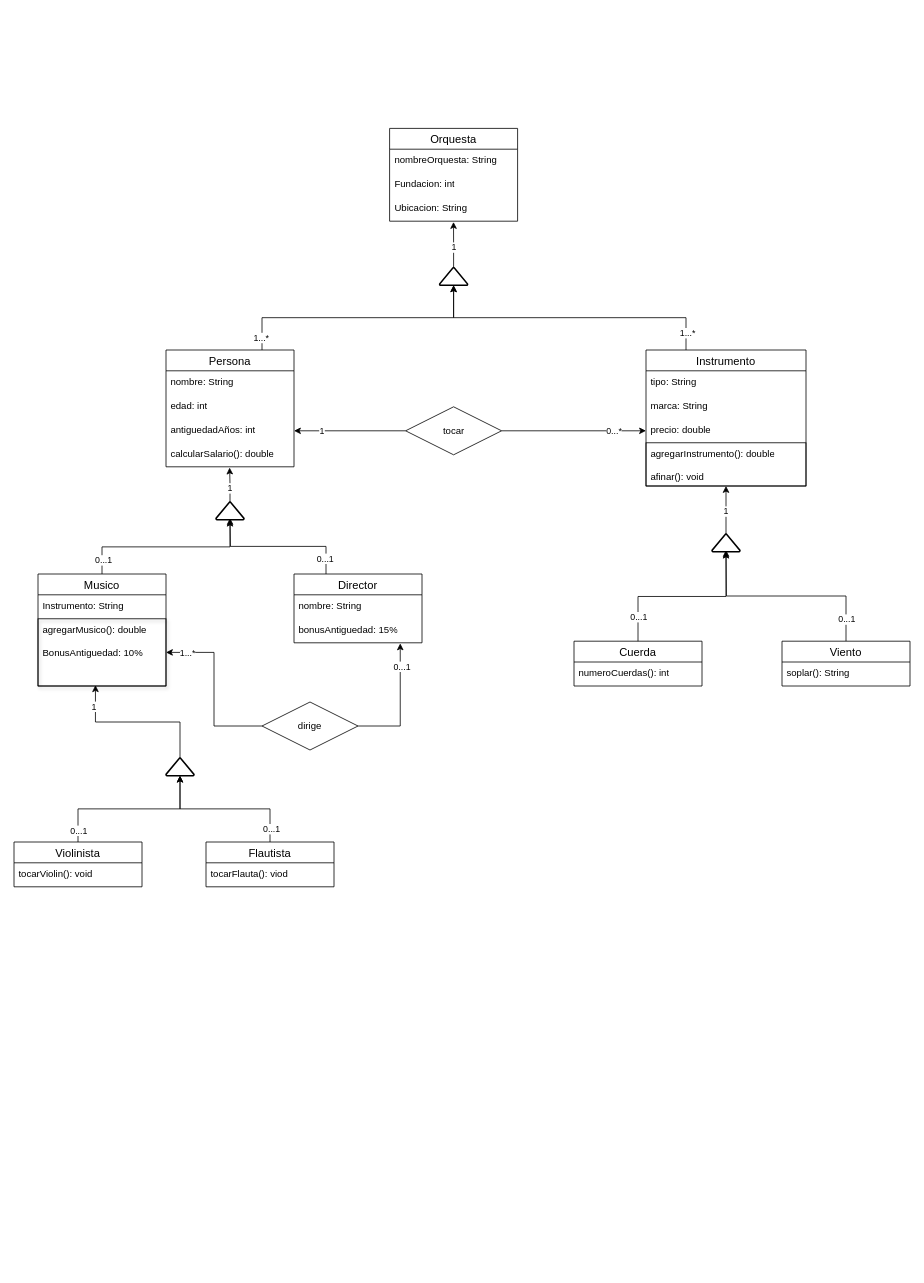
The draw.io diagram src/MP03_Marina/UF_6/UML_Real/Diagrama sin título.drawio in Fernando7909/ProgramacionJava, before the edit. Source tidied: cells renumbered, new cells numbered last; positions are measured from the earlier drawing's top-left corner, leaving out a move shared by most shapes. Both pictures are drawn from the tidied source at 80%, with x=0, y=0 at pixel (14, 128).
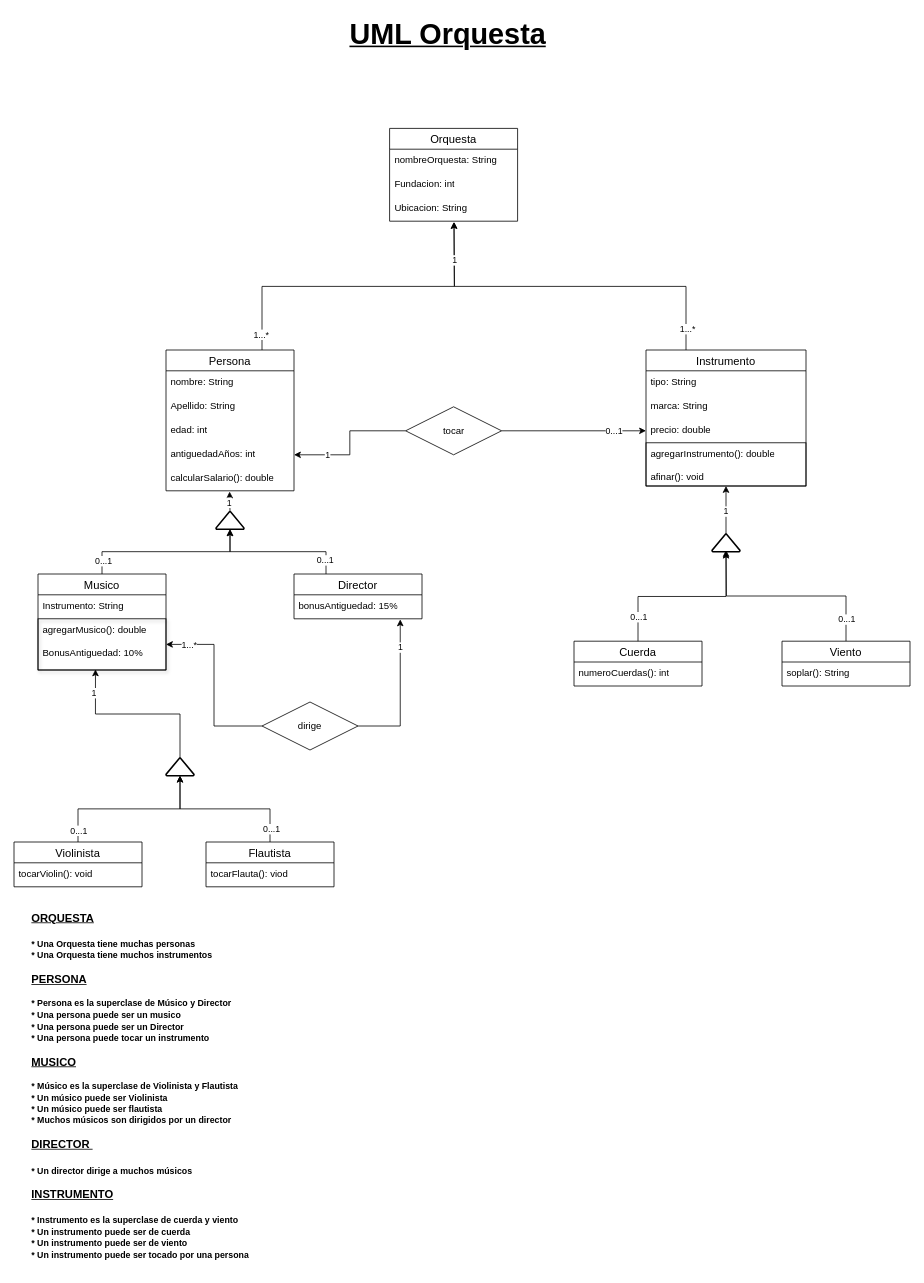
The same page after the edit.

Unchanged cells that the change refers to:
```xml
<mxCell id="9" value="Instrumento" style="swimlane;fontStyle=0;horizontal=1;startSize=26;align=center;fontSize=14;" parent="1" vertex="1">
  <mxGeometry x="790" y="277" width="200" height="170" as="geometry" />
</mxCell>
<mxCell id="19" style="edgeStyle=orthogonalEdgeStyle;rounded=0;jettySize=auto;html=1;exitX=1;exitY=0.5;exitDx=0;exitDy=0;entryX=0;entryY=0.5;entryDx=0;entryDy=0;" parent="1" edge="1" source="23" target="12">
  <mxGeometry relative="1" as="geometry" />
</mxCell>
<mxCell id="66" style="edgeStyle=orthogonalEdgeStyle;rounded=0;jettySize=auto;html=1;exitX=1;exitY=0.5;exitDx=0;exitDy=0;entryX=0.83;entryY=1.025;entryDx=0;entryDy=0;entryPerimeter=0;" parent="1" edge="1" source="26" target="18">
  <mxGeometry relative="1" as="geometry" />
</mxCell>
```

Change to the diagram source:
```diff
@@
     <mxCell id="6" value="Musico" style="swimlane;fontStyle=0;horizontal=1;startSize=26;align=center;fontSize=14;" parent="1" vertex="1">
-      <mxGeometry x="30" y="557" width="160" height="140" as="geometry" />
+      <mxGeometry x="30" y="557" width="160" height="120" as="geometry" />
     </mxCell>
@@
     <mxCell id="8" value="&lt;div&gt;agregarMusico(): double&lt;/div&gt;&lt;div&gt;&lt;br&gt;&lt;/div&gt;&lt;div&gt;BonusAntiguedad: 10%&lt;/div&gt;" style="text;strokeColor=#000000;fillColor=none;spacingLeft=4;spacingRight=4;overflow=hidden;points=[[0,0.5],[1,0.5]];portConstraint=eastwest;fontSize=12;whiteSpace=wrap;html=1;shadow=1;" parent="6" vertex="1">
-      <mxGeometry y="56" width="160" height="84" as="geometry" />
+      <mxGeometry y="56" width="160" height="64" as="geometry" />
     </mxCell>
@@
-    <mxCell id="14" style="edgeStyle=orthogonalEdgeStyle;rounded=0;jettySize=auto;html=1;exitX=0.25;exitY=0;exitDx=0;exitDy=0;" parent="1" edge="1" source="16">
-      <mxGeometry relative="1" as="geometry">
-        <mxPoint x="270" y="487" as="targetPoint" />
-      </mxGeometry>
+    <mxCell id="14" style="edgeStyle=orthogonalEdgeStyle;rounded=0;jettySize=auto;html=1;exitX=0.25;exitY=0;exitDx=0;exitDy=0;entryX=0.5;entryY=1;entryDx=0;entryDy=0;entryPerimeter=0;" parent="1" edge="1" source="16" target="57">
+      <mxGeometry relative="1" as="geometry" />
     </mxCell>
@@
     <mxCell id="16" value="Director" style="swimlane;fontStyle=0;horizontal=1;startSize=26;align=center;fontSize=14;" parent="1" vertex="1">
-      <mxGeometry x="350" y="557" width="160" height="86" as="geometry" />
+      <mxGeometry x="350" y="557" width="160" height="56" as="geometry" />
     </mxCell>
-    <mxCell id="17" value="nombre: String" style="text;strokeColor=none;fillColor=none;spacingLeft=4;spacingRight=4;overflow=hidden;fontSize=12;whiteSpace=wrap;html=1;" parent="16" vertex="1">
-      <mxGeometry y="26" width="160" height="30" as="geometry" />
-    </mxCell>
     <mxCell id="18" value="bonusAntiguedad: 15%" style="text;strokeColor=none;fillColor=none;spacingLeft=4;spacingRight=4;overflow=hidden;points=[[0,0.5],[1,0.5]];portConstraint=eastwest;fontSize=12;whiteSpace=wrap;html=1;" parent="16" vertex="1">
-      <mxGeometry y="56" width="160" height="30" as="geometry" />
+      <mxGeometry y="26" width="160" height="30" as="geometry" />
     </mxCell>
@@
-    <mxCell id="20" value="0...*" style="edgeLabel;html=1;align=center;verticalAlign=middle;" parent="19" vertex="1">
+    <mxCell id="20" value="0...1" style="edgeLabel;html=1;align=center;verticalAlign=middle;" parent="19" vertex="1">
       <mxGeometry x="0.55" relative="1" as="geometry" />
     </mxCell>
@@
-    <mxCell id="27" style="edgeStyle=orthogonalEdgeStyle;rounded=0;jettySize=auto;html=1;exitX=0.5;exitY=0;exitDx=0;exitDy=0;exitPerimeter=0;" parent="1" edge="1" source="29">
-      <mxGeometry relative="1" as="geometry">
-        <mxPoint x="549.4" y="117" as="targetPoint" />
-      </mxGeometry>
-    </mxCell>
-    <mxCell id="28" value="1" style="edgeLabel;html=1;align=center;verticalAlign=middle;" parent="27" vertex="1">
-      <mxGeometry x="-0.06" relative="1" as="geometry">
-        <mxPoint y="1" as="offset" />
-      </mxGeometry>
-    </mxCell>
-    <mxCell id="29" style="strokeWidth=2;html=1;shape=mxgraph.flowchart.extract_or_measurement;whiteSpace=wrap;" parent="1" vertex="1">
-      <mxGeometry x="532" y="174" width="35" height="22.1" as="geometry" />
-    </mxCell>
@@
     <mxCell id="52" value="Persona" style="swimlane;fontStyle=0;horizontal=1;startSize=26;align=center;fontSize=14;" parent="1" vertex="1">
-      <mxGeometry x="190" y="277" width="160" height="146" as="geometry" />
+      <mxGeometry x="190" y="277" width="160" height="176" as="geometry" />
     </mxCell>
@@
+    <mxCell id="68" value="Apellido: String" style="text;strokeColor=none;fillColor=none;spacingLeft=4;spacingRight=4;overflow=hidden;fontSize=12;whiteSpace=wrap;html=1;" parent="52" vertex="1">
+      <mxGeometry y="56" width="160" height="30" as="geometry" />
+    </mxCell>
     <mxCell id="54" value="edad: int" style="text;strokeColor=none;fillColor=none;spacingLeft=4;spacingRight=4;overflow=hidden;fontSize=12;whiteSpace=wrap;html=1;" parent="52" vertex="1">
-      <mxGeometry y="56" width="160" height="30" as="geometry" />
+      <mxGeometry y="86" width="160" height="30" as="geometry" />
     </mxCell>
     <mxCell id="55" value="antiguedadAños: int" style="text;strokeColor=none;fillColor=none;spacingLeft=4;spacingRight=4;overflow=hidden;points=[[0,0.5],[1,0.5]];portConstraint=eastwest;fontSize=12;whiteSpace=wrap;html=1;" parent="52" vertex="1">
-      <mxGeometry y="86" width="160" height="30" as="geometry" />
+      <mxGeometry y="116" width="160" height="30" as="geometry" />
     </mxCell>
     <mxCell id="56" value="calcularSalario(): double" style="text;strokeColor=none;fillColor=none;spacingLeft=4;spacingRight=4;overflow=hidden;points=[[0,0.5],[1,0.5]];portConstraint=eastwest;fontSize=12;whiteSpace=wrap;html=1;" parent="52" vertex="1">
-      <mxGeometry y="116" width="160" height="30" as="geometry" />
+      <mxGeometry y="146" width="160" height="30" as="geometry" />
     </mxCell>
     <mxCell id="57" style="strokeWidth=2;html=1;shape=mxgraph.flowchart.extract_or_measurement;whiteSpace=wrap;" parent="1" vertex="1">
-      <mxGeometry x="252.5" y="467" width="35" height="22.1" as="geometry" />
+      <mxGeometry x="252.5" y="479" width="35" height="22.1" as="geometry" />
     </mxCell>
@@
-    <mxCell id="62" style="edgeStyle=orthogonalEdgeStyle;rounded=0;jettySize=auto;html=1;exitX=0.75;exitY=0;exitDx=0;exitDy=0;entryX=0.5;entryY=1;entryDx=0;entryDy=0;entryPerimeter=0;" parent="1" edge="1" source="52" target="29">
-      <mxGeometry relative="1" as="geometry" />
+    <mxCell id="62" style="edgeStyle=orthogonalEdgeStyle;rounded=0;jettySize=auto;html=1;exitX=0.75;exitY=0;exitDx=0;exitDy=0;" parent="1" edge="1" source="52">
+      <mxGeometry relative="1" as="geometry">
+        <mxPoint x="550" y="117" as="targetPoint" />
+      </mxGeometry>
     </mxCell>
@@
-    <mxCell id="64" style="edgeStyle=orthogonalEdgeStyle;rounded=0;jettySize=auto;html=1;exitX=0.25;exitY=0;exitDx=0;exitDy=0;entryX=0.5;entryY=1;entryDx=0;entryDy=0;entryPerimeter=0;" parent="1" edge="1" source="9" target="29">
-      <mxGeometry relative="1" as="geometry" />
+    <mxCell id="64" style="edgeStyle=orthogonalEdgeStyle;rounded=0;jettySize=auto;html=1;exitX=0.25;exitY=0;exitDx=0;exitDy=0;" parent="1" edge="1" source="9">
+      <mxGeometry relative="1" as="geometry">
+        <mxPoint x="550" y="117" as="targetPoint" />
+      </mxGeometry>
     </mxCell>
@@
+    <mxCell id="69" value="1" style="edgeLabel;html=1;align=center;verticalAlign=middle;" parent="64" vertex="1">
+      <mxGeometry x="0.79" y="-2" relative="1" as="geometry">
+        <mxPoint x="-2" as="offset" />
+      </mxGeometry>
+    </mxCell>
@@
-    <mxCell id="67" value="0...1" style="edgeLabel;html=1;align=center;verticalAlign=middle;" parent="66" vertex="1">
-      <mxGeometry x="0.61" y="-2" relative="1" as="geometry">
-        <mxPoint y="-1" as="offset" />
-      </mxGeometry>
-    </mxCell>
+    <mxCell id="70" value="1" style="edgeLabel;html=1;align=center;verticalAlign=middle;" parent="66" vertex="1">
+      <mxGeometry x="0.62" relative="1" as="geometry" />
+    </mxCell>
+    <mxCell id="71" value="&lt;u&gt;&lt;b&gt;&lt;font style=&quot;font-size: 14px;&quot;&gt;ORQUESTA&lt;/font&gt;&lt;/b&gt;&lt;/u&gt;&lt;div&gt;&lt;span style=&quot;font-size: 14px;&quot;&gt;&lt;b&gt;&lt;u&gt;&lt;br&gt;&lt;/u&gt;&lt;/b&gt;&lt;/span&gt;&lt;div&gt;&lt;b style=&quot;&quot;&gt;&lt;font style=&quot;font-size: 11px;&quot;&gt;* Una Orquesta tiene muchas personas&lt;/font&gt;&lt;/b&gt;&lt;/div&gt;&lt;/div&gt;&lt;div&gt;&lt;b style=&quot;&quot;&gt;&lt;font style=&quot;font-size: 11px;&quot;&gt;* Una Orquesta tiene muchos instrumentos&lt;/font&gt;&lt;/b&gt;&lt;/div&gt;&lt;div&gt;&lt;b style=&quot;&quot;&gt;&lt;font style=&quot;font-size: 11px;&quot;&gt;&lt;br&gt;&lt;/font&gt;&lt;/b&gt;&lt;/div&gt;&lt;div&gt;&lt;b style=&quot;&quot;&gt;&lt;font style=&quot;font-size: 14px;&quot;&gt;&lt;u&gt;PERSONA&lt;/u&gt;&lt;/font&gt;&lt;/b&gt;&lt;/div&gt;&lt;div&gt;&lt;b style=&quot;&quot;&gt;&lt;font style=&quot;font-size: 11px;&quot;&gt;&lt;br&gt;&lt;/font&gt;&lt;/b&gt;&lt;/div&gt;&lt;div&gt;&lt;b style=&quot;&quot;&gt;&lt;font style=&quot;font-size: 11px;&quot;&gt;* Persona es la superclase de Músico y Director&lt;/font&gt;&lt;/b&gt;&lt;/div&gt;&lt;div&gt;&lt;b style=&quot;&quot;&gt;&lt;font style=&quot;font-size: 11px;&quot;&gt;* Una persona puede ser un musico&amp;nbsp;&lt;/font&gt;&lt;/b&gt;&lt;/div&gt;&lt;div&gt;&lt;b style=&quot;&quot;&gt;&lt;font style=&quot;font-size: 11px;&quot;&gt;* Una persona puede ser un Director&lt;/font&gt;&lt;/b&gt;&lt;/div&gt;&lt;div&gt;&lt;b style=&quot;&quot;&gt;&lt;font style=&quot;font-size: 11px;&quot;&gt;* Una persona puede tocar un instrumento&lt;/font&gt;&lt;/b&gt;&lt;/div&gt;&lt;div&gt;&lt;b style=&quot;&quot;&gt;&lt;font style=&quot;font-size: 11px;&quot;&gt;&lt;br&gt;&lt;/font&gt;&lt;/b&gt;&lt;/div&gt;&lt;div&gt;&lt;font style=&quot;font-size: 14px;&quot;&gt;&lt;b style=&quot;&quot;&gt;&lt;u style=&quot;&quot;&gt;MUSICO&lt;/u&gt;&lt;/b&gt;&lt;/font&gt;&lt;/div&gt;&lt;div&gt;&lt;b style=&quot;&quot;&gt;&lt;font style=&quot;font-size: 11px;&quot;&gt;&lt;br&gt;&lt;/font&gt;&lt;/b&gt;&lt;/div&gt;&lt;div&gt;&lt;b style=&quot;&quot;&gt;&lt;font style=&quot;font-size: 11px;&quot;&gt;* Músico es la superclase de Violinista y Flautista&lt;/font&gt;&lt;/b&gt;&lt;/div&gt;&lt;div&gt;&lt;b style=&quot;&quot;&gt;&lt;font style=&quot;font-size: 11px;&quot;&gt;* Un músico puede ser Violinista&lt;/font&gt;&lt;/b&gt;&lt;/div&gt;&lt;div&gt;&lt;b style=&quot;&quot;&gt;&lt;font style=&quot;font-size: 11px;&quot;&gt;* Un músico puede ser flautista&lt;/font&gt;&lt;/b&gt;&lt;/div&gt;&lt;div&gt;&lt;b style=&quot;&quot;&gt;&lt;font style=&quot;font-size: 11px;&quot;&gt;* Muchos músicos son dirigidos por un director&lt;/font&gt;&lt;/b&gt;&lt;/div&gt;&lt;div&gt;&lt;b style=&quot;&quot;&gt;&lt;font style=&quot;font-size: 11px;&quot;&gt;&lt;br&gt;&lt;/font&gt;&lt;/b&gt;&lt;/div&gt;&lt;div&gt;&lt;b style=&quot;&quot;&gt;&lt;font style=&quot;font-size: 14px;&quot;&gt;&lt;u&gt;DIRECTOR&amp;nbsp;&lt;/u&gt;&lt;/font&gt;&lt;/b&gt;&lt;/div&gt;&lt;div&gt;&lt;b style=&quot;&quot;&gt;&lt;font style=&quot;font-size: 14px;&quot;&gt;&lt;u&gt;&lt;br&gt;&lt;/u&gt;&lt;/font&gt;&lt;/b&gt;&lt;/div&gt;&lt;div&gt;&lt;b style=&quot;&quot;&gt;&lt;font style=&quot;font-size: 11px;&quot;&gt;* Un director dirige a muchos músicos&lt;/font&gt;&lt;/b&gt;&lt;/div&gt;&lt;div&gt;&lt;b style=&quot;&quot;&gt;&lt;font style=&quot;font-size: 11px;&quot;&gt;&lt;br&gt;&lt;/font&gt;&lt;/b&gt;&lt;/div&gt;&lt;div&gt;&lt;b style=&quot;&quot;&gt;&lt;font style=&quot;font-size: 14px;&quot;&gt;&lt;u&gt;INSTRUMENTO&lt;/u&gt;&lt;/font&gt;&lt;/b&gt;&lt;/div&gt;&lt;div&gt;&lt;b style=&quot;&quot;&gt;&lt;font style=&quot;font-size: 14px;&quot;&gt;&lt;u&gt;&lt;br&gt;&lt;/u&gt;&lt;/font&gt;&lt;/b&gt;&lt;/div&gt;&lt;div&gt;&lt;b style=&quot;&quot;&gt;&lt;font style=&quot;font-size: 11px;&quot;&gt;* Instrumento es la superclase de cuerda y viento&lt;/font&gt;&lt;/b&gt;&lt;/div&gt;&lt;div&gt;&lt;b style=&quot;&quot;&gt;&lt;font style=&quot;font-size: 11px;&quot;&gt;* Un instrumento puede ser de cuerda&lt;/font&gt;&lt;/b&gt;&lt;/div&gt;&lt;div&gt;&lt;b style=&quot;&quot;&gt;&lt;font style=&quot;font-size: 11px;&quot;&gt;* Un instrumento puede ser de viento&lt;/font&gt;&lt;/b&gt;&lt;/div&gt;&lt;div&gt;&lt;b style=&quot;&quot;&gt;&lt;font style=&quot;font-size: 11px;&quot;&gt;* Un instrumento puede ser tocado por una persona&lt;/font&gt;&lt;/b&gt;&lt;/div&gt;" style="text;strokeColor=none;fillColor=none;html=1;whiteSpace=wrap;verticalAlign=middle;overflow=hidden;" parent="1" vertex="1">
+      <mxGeometry x="20" y="967" width="520" height="460" as="geometry" />
+    </mxCell>
+    <mxCell id="72" value="&lt;u&gt;&lt;font style=&quot;font-size: 36px;&quot;&gt;UML Orquesta&lt;/font&gt;&lt;/u&gt;" style="text;strokeColor=none;fillColor=none;html=1;fontSize=24;fontStyle=1;verticalAlign=middle;align=center;" parent="1" vertex="1">
+      <mxGeometry x="370" y="-143" width="343" height="50" as="geometry" />
+    </mxCell>
```
